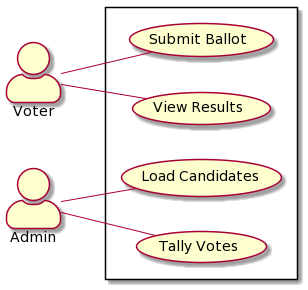
Before: Design/UC.png, a diagram exported from PlantUML (mdh81/votecountingapp). The source it was exported from:
```plantuml
@startuml
left to right direction
skinparam actorStyle awesome
skinparam packageStyple rectangle
rectangle {
"Load Candidates" as (load)
"Tally Votes" as (tally)
"Submit Ballot" as (vote)
"View Results" as (results)
}
:Voter: -- (vote)
:Voter: -- (results)
:Admin: -- (load)
:Admin: -- (tally)
@enduml
```
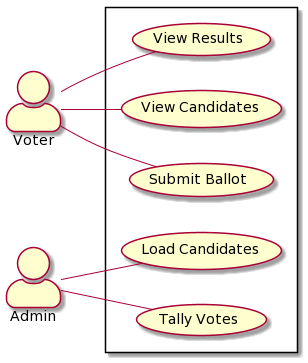
The same diagram one commit later.

Commit message:
Design: Added a use case to support voters viewing candidates

Change to the diagram source:
```diff
@@ -7,9 +7,11 @@
 "Tally Votes" as (tally)
 "Submit Ballot" as (vote)
 "View Results" as (results)
+"View Candidates" as (list)
 }
 :Voter: -- (vote)
 :Voter: -- (results)
+:Voter: -- (list)
 :Admin: -- (load)
 :Admin: -- (tally)
 @enduml
```
